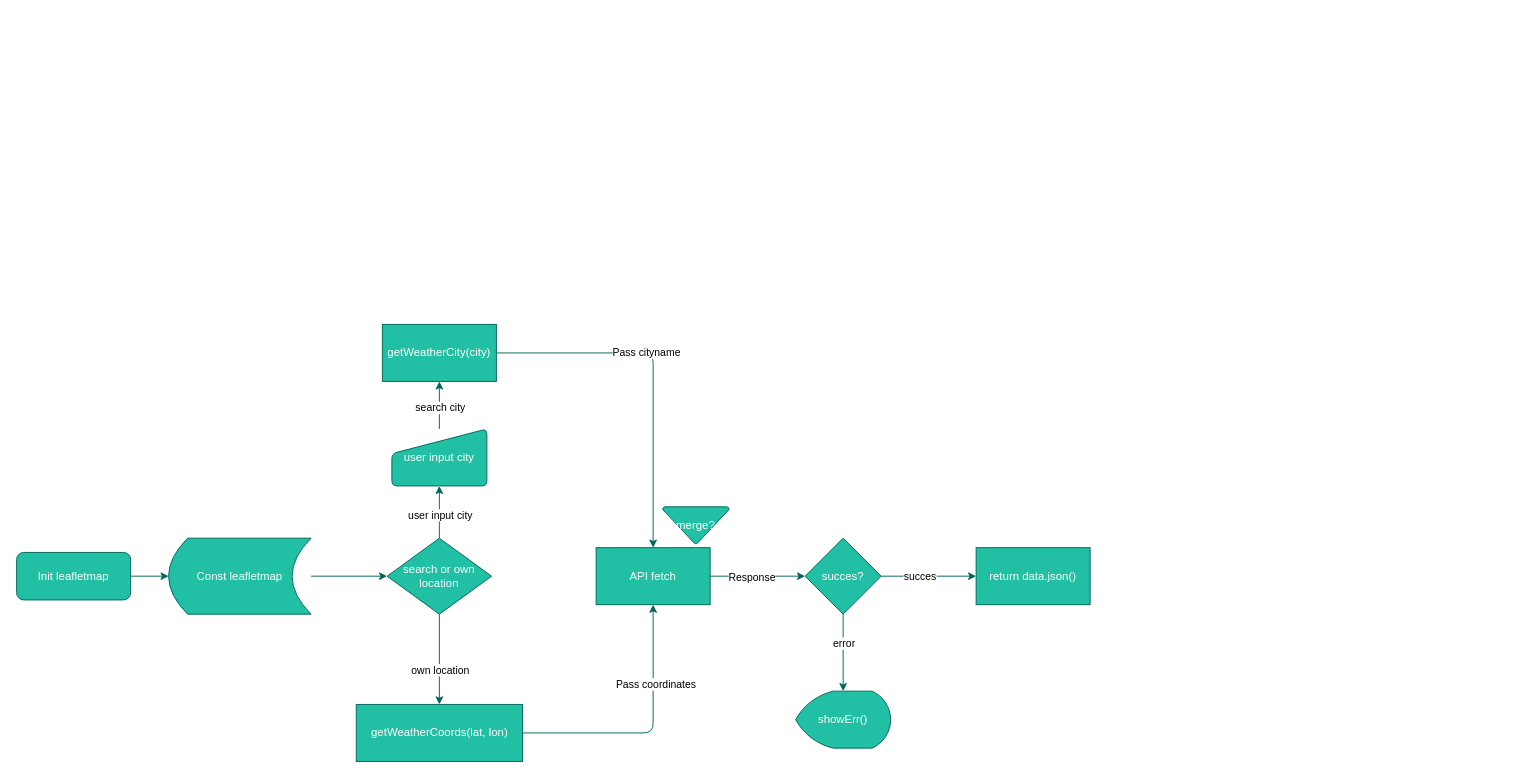
Jelmerovereem/web-app-from-scratch-2021 keeps this draw.io diagram as WAFS.drawio. Above is the earlier version. Source tidied: cells renumbered, new cells numbered last; positions are measured from the earlier drawing's top-left corner, leaving out a move shared by most shapes. Both pictures are drawn from the tidied source at 95%, with x=0, y=0 at pixel (16, 324).
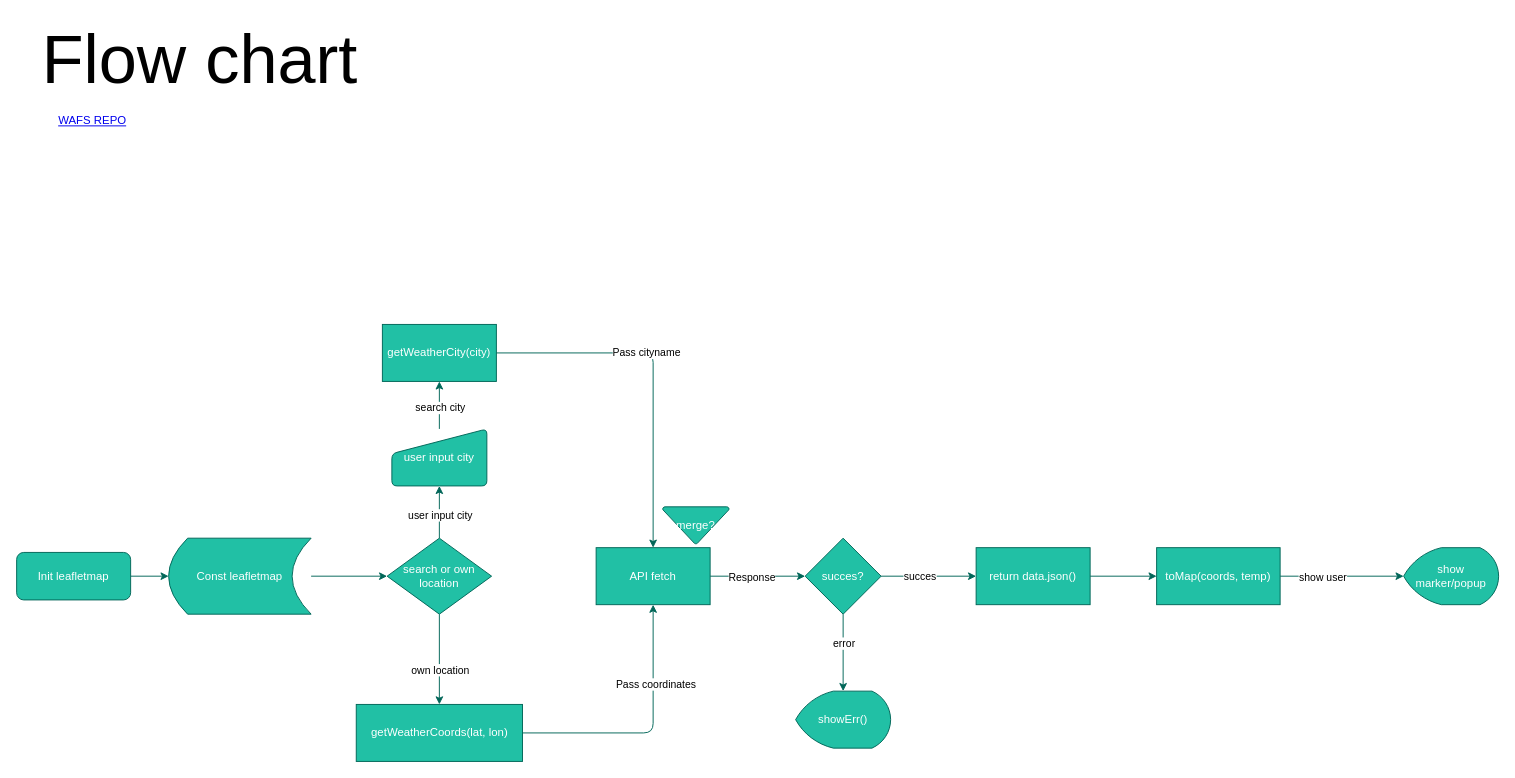
The same diagram, later.

The change refers to these unchanged cells:
```xml
<mxCell id="25" value="&lt;font color=&quot;#ffffff&quot;&gt;return data.json()&lt;/font&gt;" style="whiteSpace=wrap;html=1;rounded=0;fontColor=#5C5C5C;strokeColor=#006658;fillColor=#21C0A5;sketch=0;" parent="1" vertex="1">
  <mxGeometry x="1010" y="235" width="120" height="60" as="geometry" />
</mxCell>
```

Change to the diagram source:
```diff
@@
+    <mxCell id="31" style="edgeStyle=orthogonalEdgeStyle;curved=0;rounded=1;sketch=0;jettySize=auto;html=1;strokeColor=#006658;fillColor=#21C0A5;fontColor=#FFFFFF;" parent="1" edge="1" source="25" target="34">
+      <mxGeometry relative="1" as="geometry" />
+    </mxCell>
@@
+    <mxCell id="32" style="edgeStyle=orthogonalEdgeStyle;curved=0;rounded=1;sketch=0;jettySize=auto;html=1;entryX=0;entryY=0.5;entryDx=0;entryDy=0;entryPerimeter=0;strokeColor=#006658;fillColor=#21C0A5;fontColor=#FFFFFF;" parent="1" edge="1" source="34" target="35">
+      <mxGeometry relative="1" as="geometry" />
+    </mxCell>
+    <mxCell id="33" value="show user" style="edgeLabel;html=1;align=center;verticalAlign=middle;" parent="32" vertex="1">
+      <mxGeometry x="-0.33" y="-1" relative="1" as="geometry" />
+    </mxCell>
+    <mxCell id="34" value="&lt;font color=&quot;#ffffff&quot;&gt;toMap(coords, temp)&lt;/font&gt;" style="whiteSpace=wrap;html=1;rounded=0;fontColor=#5C5C5C;strokeColor=#006658;fillColor=#21C0A5;sketch=0;" parent="1" vertex="1">
+      <mxGeometry x="1200" y="235" width="130" height="60" as="geometry" />
+    </mxCell>
+    <mxCell id="35" value="show marker/popup" style="strokeWidth=1;html=1;shape=mxgraph.flowchart.display;whiteSpace=wrap;rounded=0;sketch=0;fillColor=#21C0A5;fontColor=#FFFFFF;strokeColor=#006658;" parent="1" vertex="1">
+      <mxGeometry x="1460" y="235" width="100" height="60" as="geometry" />
+    </mxCell>
+    <mxCell id="36" value="Flow chart" style="text;html=1;strokeColor=none;fillColor=none;align=left;verticalAlign=middle;whiteSpace=wrap;rounded=0;sketch=0;fontColor=#000000;fontSize=72;fontStyle=0;" parent="1" vertex="1">
+      <mxGeometry x="25" y="-324" width="360" height="90" as="geometry" />
+    </mxCell>
+    <mxCell id="37" value="WAFS REPO" style="text;html=1;strokeColor=none;fillColor=none;whiteSpace=wrap;align=center;verticalAlign=middle;fontColor=#0000EE;fontStyle=4;rounded=0;sketch=0;" parent="1" vertex="1">
+      <mxGeometry x="30" y="-234" width="100" height="40" as="geometry" />
+    </mxCell>
```
